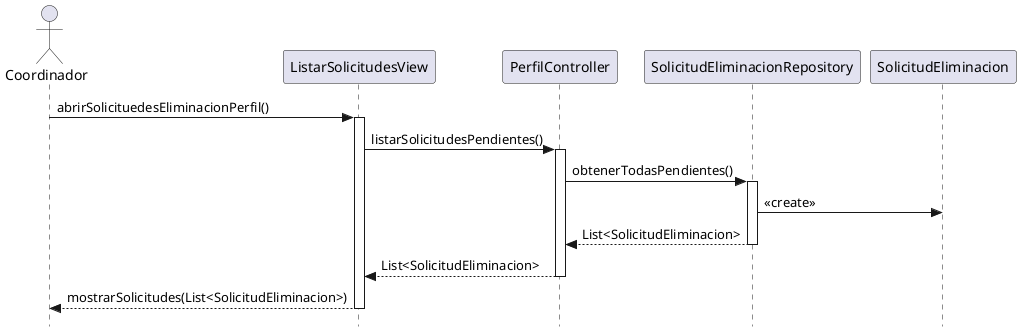
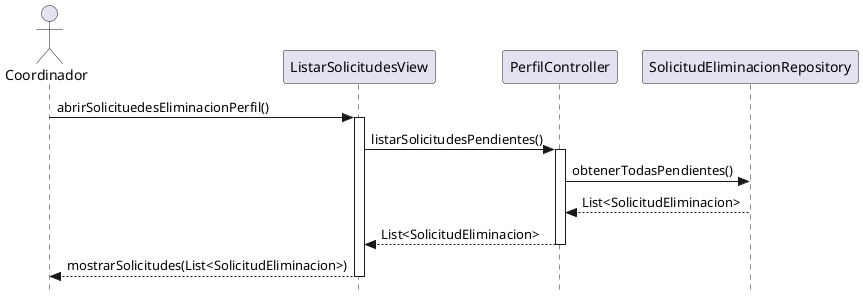
@startuml abrirSolicitudesEliminacionPerfil-diseño
skinparam style strictuml
skinparam backgroundColor white
skinparam shadowing false

actor Coordinador
participant "ListarSolicitudesView" as View
participant "PerfilController" as Controller
participant "SolicitudEliminacionRepository" as Repo
- participant "SolicitudEliminacion" as Model

Coordinador -> View: abrirSolicituedesEliminacionPerfil()
activate View
View -> Controller: listarSolicitudesPendientes()
activate Controller
Controller -> Repo: obtenerTodasPendientes()
- activate Repo
- Repo -> Model: <<create>>
Repo --> Controller: List<SolicitudEliminacion>
deactivate Repo
Controller --> View: List<SolicitudEliminacion>
deactivate Controller
View --> Coordinador: mostrarSolicitudes(List<SolicitudEliminacion>)
deactivate View
@enduml
